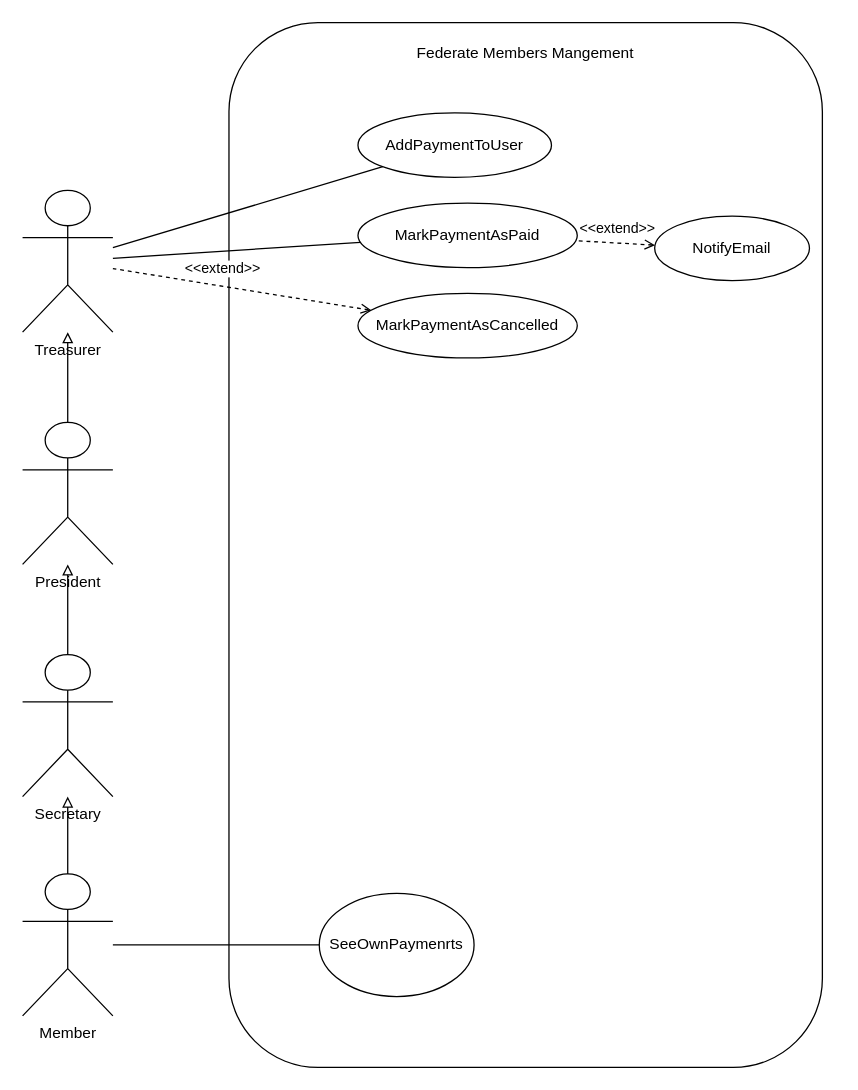
The draw.io diagram doc/Diagrams/CaseUse/PaymentsManagement.drawio in kunder93/cxn_back, before the edit. Source tidied: cells renumbered, new cells numbered last; positions are measured from the earlier drawing's top-left corner, leaving out a move shared by most shapes. Both pictures are drawn from the tidied source at 129%, with x=0, y=0 at pixel (22, 22).
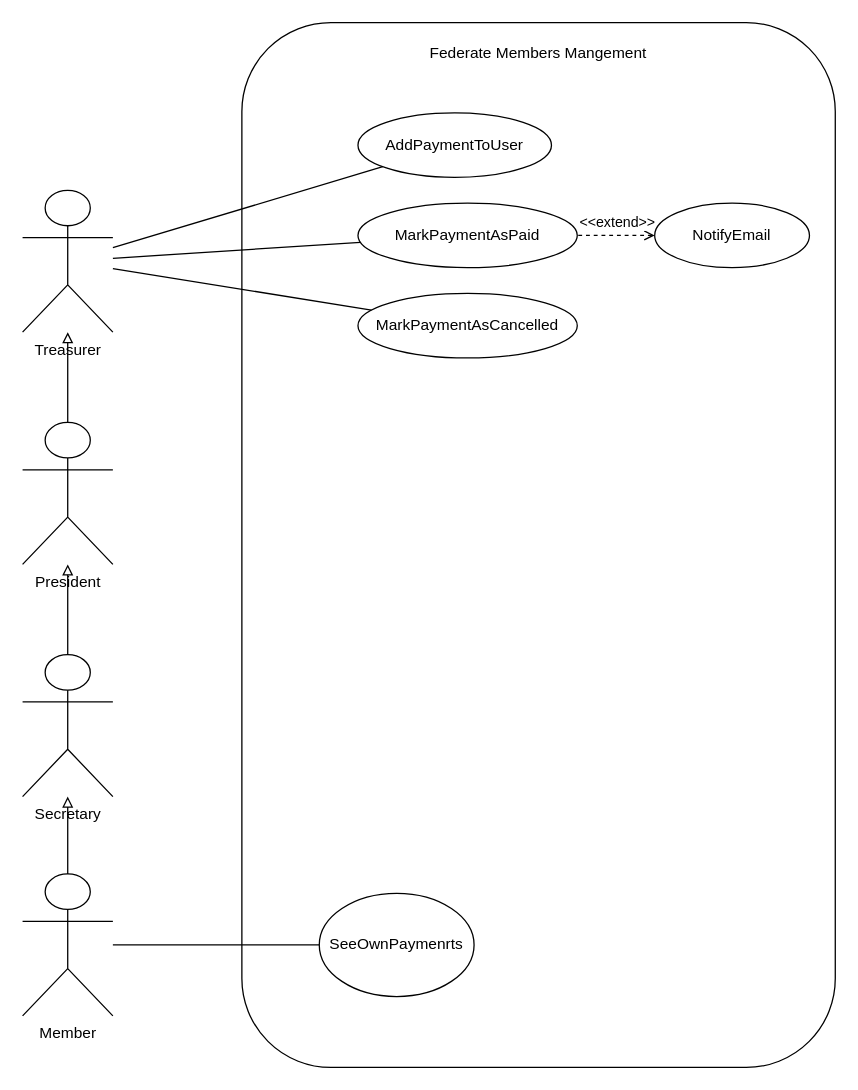
The same page after the edit.

Unchanged cells that the change refers to:
```xml
<mxCell id="5" value="MarkPaymentAsCancelled" style="ellipse;whiteSpace=wrap;html=1;" parent="1" vertex="1">
  <mxGeometry x="260" y="210" width="170" height="50" as="geometry" />
</mxCell>
<mxCell id="14" value="Treasurer" style="shape=umlActor;verticalLabelPosition=bottom;verticalAlign=top;html=1;outlineConnect=0;" parent="1" vertex="1">
  <mxGeometry y="130" width="70" height="110" as="geometry" />
</mxCell>
```

Diff of the diagram source:
```diff
@@
     <mxCell id="2" value="&lt;div&gt;Federate Members Mangement&lt;/div&gt;&lt;div&gt;&lt;br&gt;&lt;/div&gt;&lt;div&gt;&lt;br&gt;&lt;/div&gt;&lt;div&gt;&lt;br&gt;&lt;/div&gt;&lt;div&gt;&lt;br&gt;&lt;/div&gt;&lt;div&gt;&lt;br&gt;&lt;/div&gt;&lt;div&gt;&lt;br&gt;&lt;/div&gt;&lt;div&gt;&lt;br&gt;&lt;/div&gt;&lt;div&gt;&lt;br&gt;&lt;/div&gt;&lt;div&gt;&lt;br&gt;&lt;/div&gt;&lt;div&gt;&lt;br&gt;&lt;/div&gt;&lt;div&gt;&lt;br&gt;&lt;/div&gt;&lt;div&gt;&lt;br&gt;&lt;/div&gt;&lt;div&gt;&lt;br&gt;&lt;/div&gt;&lt;div&gt;&lt;br&gt;&lt;/div&gt;&lt;div&gt;&lt;br&gt;&lt;/div&gt;&lt;div&gt;&lt;br&gt;&lt;/div&gt;&lt;div&gt;&lt;br&gt;&lt;/div&gt;&lt;div&gt;&lt;br&gt;&lt;/div&gt;&lt;div&gt;&lt;br&gt;&lt;/div&gt;&lt;div&gt;&lt;br&gt;&lt;/div&gt;&lt;div&gt;&lt;br&gt;&lt;/div&gt;&lt;div&gt;&lt;br&gt;&lt;/div&gt;&lt;div&gt;&lt;br&gt;&lt;/div&gt;&lt;div&gt;&lt;br&gt;&lt;/div&gt;&lt;div&gt;&lt;br&gt;&lt;/div&gt;&lt;div&gt;&lt;br&gt;&lt;/div&gt;&lt;div&gt;&lt;br&gt;&lt;/div&gt;&lt;div&gt;&lt;br&gt;&lt;/div&gt;&lt;div&gt;&lt;br&gt;&lt;/div&gt;&lt;div&gt;&lt;br&gt;&lt;/div&gt;&lt;div&gt;&lt;br&gt;&lt;/div&gt;&lt;div&gt;&lt;br&gt;&lt;/div&gt;&lt;div&gt;&lt;br&gt;&lt;/div&gt;&lt;div&gt;&lt;br&gt;&lt;/div&gt;&lt;div&gt;&lt;br&gt;&lt;/div&gt;&lt;div&gt;&lt;br&gt;&lt;/div&gt;&lt;div&gt;&lt;br&gt;&lt;/div&gt;&lt;div&gt;&lt;br&gt;&lt;/div&gt;&lt;div&gt;&lt;br&gt;&lt;/div&gt;&lt;div&gt;&lt;br&gt;&lt;/div&gt;&lt;div&gt;&lt;br&gt;&lt;/div&gt;&lt;div&gt;&lt;br&gt;&lt;/div&gt;&lt;div&gt;&lt;br&gt;&lt;/div&gt;&lt;div&gt;&lt;br&gt;&lt;/div&gt;&lt;div&gt;&lt;br&gt;&lt;/div&gt;&lt;div&gt;&lt;br&gt;&lt;/div&gt;&lt;div&gt;&lt;br&gt;&lt;/div&gt;&lt;div&gt;&lt;br&gt;&lt;/div&gt;&lt;div&gt;&lt;br&gt;&lt;/div&gt;&lt;div&gt;&lt;br&gt;&lt;/div&gt;&lt;div&gt;&lt;br&gt;&lt;/div&gt;&lt;div&gt;&lt;br&gt;&lt;/div&gt;&lt;div&gt;&lt;br&gt;&lt;/div&gt;" style="rounded=1;whiteSpace=wrap;html=1;" parent="1" vertex="1">
-      <mxGeometry x="160" width="460" height="810" as="geometry" />
+      <mxGeometry x="170" width="460" height="810" as="geometry" />
     </mxCell>
@@
-    <mxCell id="7" style="endArrow=none;html=1;rounded=0;dashed=1;startArrow=open;startFill=0;" parent="1" edge="1" source="5" target="14">
-      <mxGeometry relative="1" as="geometry" />
-    </mxCell>
-    <mxCell id="8" value="&amp;lt;&amp;lt;extend&amp;gt;&amp;gt;" style="edgeLabel;html=1;align=center;verticalAlign=middle;" parent="7" vertex="1">
-      <mxGeometry x="-0.01" y="-2" relative="1" as="geometry">
-        <mxPoint x="-17" y="-15" as="offset" />
-      </mxGeometry>
-    </mxCell>
@@
     <mxCell id="11" value="NotifyEmail" style="ellipse;whiteSpace=wrap;html=1;" parent="1" vertex="1">
-      <mxGeometry x="490" y="150" width="120" height="50" as="geometry" />
+      <mxGeometry x="490" y="140" width="120" height="50" as="geometry" />
     </mxCell>
@@
+    <mxCell id="22" style="endArrow=none;html=1;rounded=0;" parent="1" edge="1" source="14" target="5">
+      <mxGeometry relative="1" as="geometry" />
+    </mxCell>
```
